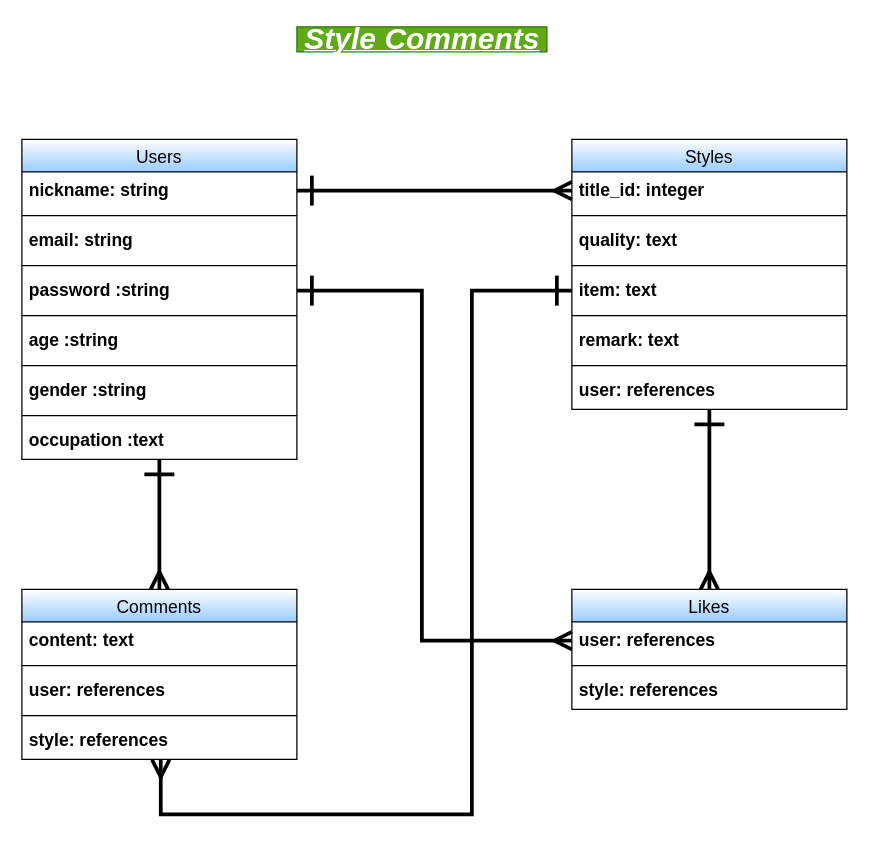
The draw.io diagram style_comments.dio in nokky-en298/style_comments, before the edit. Source tidied: cells renumbered, new cells numbered last; positions are measured from the earlier drawing's top-left corner, leaving out a move shared by most shapes. Both pictures are drawn from the tidied source at 125%, with x=0, y=0 at pixel (21, 26).
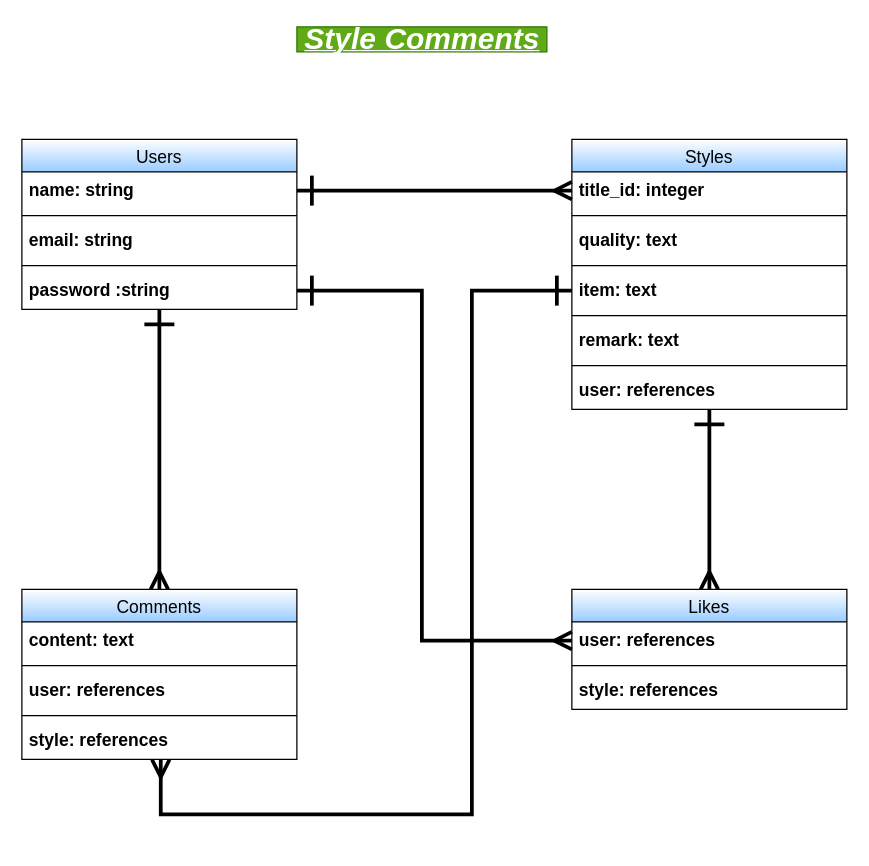
Above is the later version.

Change to the diagram source:
```diff
@@
     <mxCell id="4" value="Users" style="swimlane;fontStyle=0;horizontal=1;startSize=26;align=center;fontSize=14;strokeWidth=1;swimlaneFillColor=none;labelBackgroundColor=none;gradientDirection=south;gradientColor=#99CCFF;" parent="1" vertex="1">
-      <mxGeometry y="90" width="220" height="256" as="geometry" />
+      <mxGeometry y="90" width="220" height="136" as="geometry" />
     </mxCell>
-    <mxCell id="5" value="nickname: string" style="text;strokeColor=none;fillColor=none;spacingLeft=4;spacingRight=4;overflow=hidden;points=[[0,0.5],[1,0.5]];portConstraint=eastwest;fontSize=14;fontStyle=1;" parent="4" vertex="1">
+    <mxCell id="5" value="name: string" style="text;strokeColor=none;fillColor=none;spacingLeft=4;spacingRight=4;overflow=hidden;points=[[0,0.5],[1,0.5]];portConstraint=eastwest;fontSize=14;fontStyle=1;" parent="4" vertex="1">
       <mxGeometry y="26" width="220" height="30" as="geometry" />
     </mxCell>
@@
-    <mxCell id="10" style="line;strokeWidth=1;dashed=0;labelPosition=right;align=left;verticalAlign=middle;spacingTop=0;spacingLeft=6;" parent="4" vertex="1">
-      <mxGeometry y="136" width="220" height="10" as="geometry" />
-    </mxCell>
-    <mxCell id="11" value="age :string" style="text;strokeColor=none;fillColor=none;spacingLeft=4;spacingRight=4;overflow=hidden;fontSize=14;fontStyle=1;" parent="4" vertex="1">
-      <mxGeometry y="146" width="220" height="30" as="geometry" />
-    </mxCell>
-    <mxCell id="12" style="line;strokeWidth=1;dashed=0;labelPosition=right;align=left;verticalAlign=middle;spacingTop=0;spacingLeft=6;" parent="4" vertex="1">
-      <mxGeometry y="176" width="220" height="10" as="geometry" />
-    </mxCell>
-    <mxCell id="13" value="gender :string" style="text;strokeColor=none;fillColor=none;spacingLeft=4;spacingRight=4;overflow=hidden;fontSize=14;fontStyle=1;" parent="4" vertex="1">
-      <mxGeometry y="186" width="220" height="30" as="geometry" />
-    </mxCell>
-    <mxCell id="14" style="line;strokeWidth=1;dashed=0;labelPosition=right;align=left;verticalAlign=middle;spacingTop=0;spacingLeft=6;" parent="4" vertex="1">
-      <mxGeometry y="216" width="220" height="10" as="geometry" />
-    </mxCell>
-    <mxCell id="15" value="occupation :text" style="text;strokeColor=none;fillColor=none;spacingLeft=4;spacingRight=4;overflow=hidden;fontSize=14;fontStyle=1;" parent="4" vertex="1">
-      <mxGeometry y="226" width="220" height="30" as="geometry" />
-    </mxCell>
```
